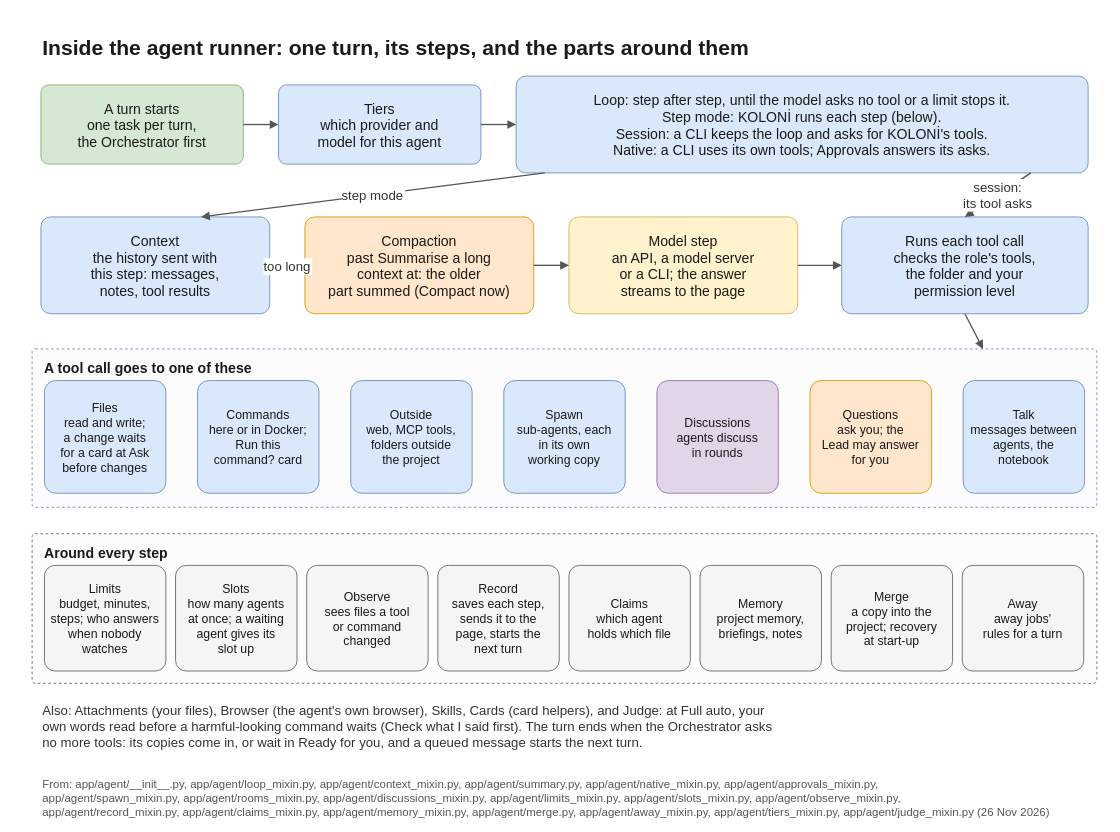
Before: docs/diagrams/runner.drawio in flyingriverhorse/Koloni, a draw.io diagram. Source tidied: cells renumbered, new cells numbered last; positions are measured from the earlier drawing's top-left corner, leaving out a move shared by most shapes. Both pictures are drawn from the tidied source at 88%, with x=0, y=0 at pixel (14, 14).
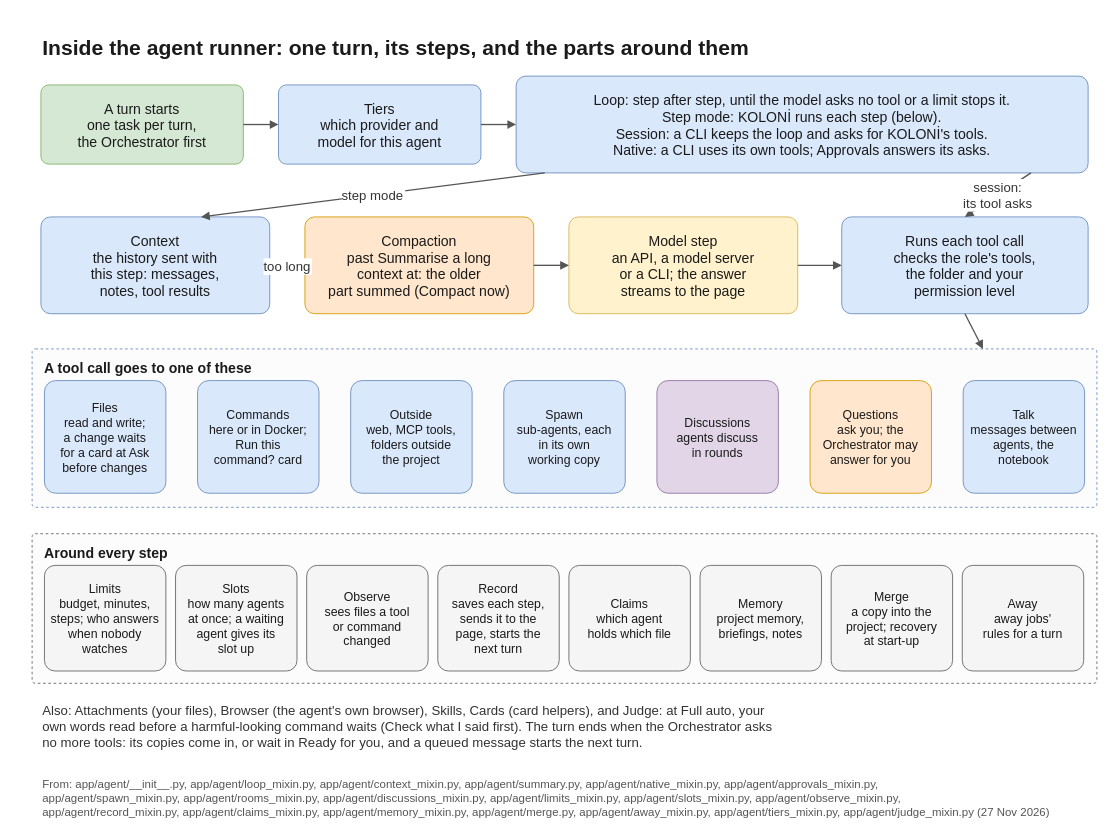
After the change.

What changed in the source:
```diff
@@
-    <mxCell id="25" value="Questions&#10;ask you; the&#10;Lead may answer&#10;for you" style="rounded=1;arcSize=10;fillColor=#ffe6cc;strokeColor=#d79b00;fontFamily=Helvetica;fontColor=#1a1a1a;fontSize=14;spacing=6;" parent="1" vertex="1">
+    <mxCell id="25" value="Questions&#10;ask you; the&#10;Orchestrator may&#10;answer for you" style="rounded=1;arcSize=10;fillColor=#ffe6cc;strokeColor=#d79b00;fontFamily=Helvetica;fontColor=#1a1a1a;fontSize=14;spacing=6;" parent="1" vertex="1">
       <mxGeometry x="904" y="416" width="138" height="128" as="geometry" />
     </mxCell>
@@
-    <mxCell id="37" value="From: app/agent/__init__.py, app/agent/loop_mixin.py, app/agent/context_mixin.py, app/agent/summary.py, app/agent/native_mixin.py, app/agent/approvals_mixin.py,&#10;app/agent/spawn_mixin.py, app/agent/rooms_mixin.py, app/agent/discussions_mixin.py, app/agent/limits_mixin.py, app/agent/slots_mixin.py, app/agent/observe_mixin.py,&#10;app/agent/record_mixin.py, app/agent/claims_mixin.py, app/agent/memory_mixin.py, app/agent/merge.py, app/agent/away_mixin.py, app/agent/tiers_mixin.py, app/agent/judge_mixin.py (26 Nov 2026)" style="text;strokeColor=none;fillColor=none;fontFamily=Helvetica;fontColor=#555555;fontSize=13;align=left;verticalAlign=top;" parent="1" vertex="1">
+    <mxCell id="37" value="From: app/agent/__init__.py, app/agent/loop_mixin.py, app/agent/context_mixin.py, app/agent/summary.py, app/agent/native_mixin.py, app/agent/approvals_mixin.py,&#10;app/agent/spawn_mixin.py, app/agent/rooms_mixin.py, app/agent/discussions_mixin.py, app/agent/limits_mixin.py, app/agent/slots_mixin.py, app/agent/observe_mixin.py,&#10;app/agent/record_mixin.py, app/agent/claims_mixin.py, app/agent/memory_mixin.py, app/agent/merge.py, app/agent/away_mixin.py, app/agent/tiers_mixin.py, app/agent/judge_mixin.py (27 Nov 2026)" style="text;strokeColor=none;fillColor=none;fontFamily=Helvetica;fontColor=#555555;fontSize=13;align=left;verticalAlign=top;" parent="1" vertex="1">
       <mxGeometry x="30" y="860" width="1180" height="40" as="geometry" />
     </mxCell>
```
